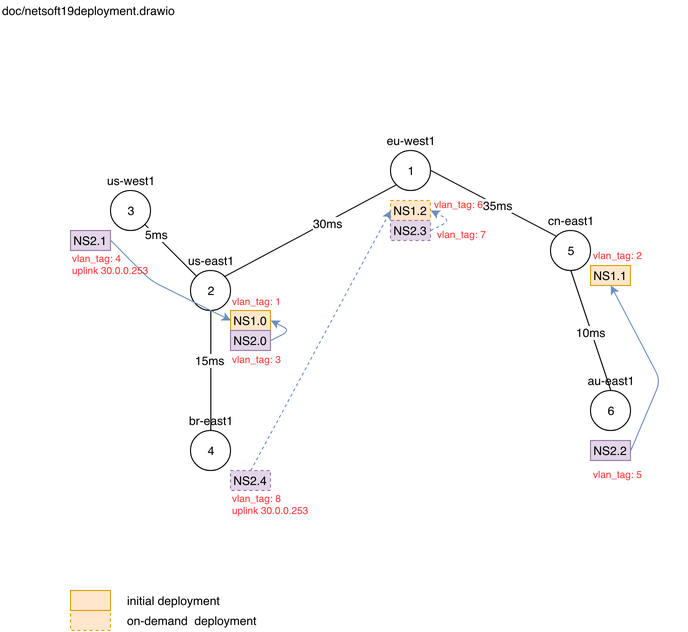
The draw.io diagram doc/netsoft19deployment.png in sonata-nfv/tng-industrial-pilot, before a commit. Source tidied: cells renumbered, new cells last; positions are measured from the earlier drawing's top-left corner, leaving out a move shared by most shapes. Source of this version:
```xml
<mxGraphModel>
  <root>
    <mxCell id="0" />
    <mxCell id="1" parent="0" />
    <mxCell id="2" value="1" style="ellipse;whiteSpace=wrap;html=1;" parent="1" vertex="1">
      <mxGeometry x="390" y="150" width="40" height="40" as="geometry" />
    </mxCell>
    <mxCell id="3" value="2" style="ellipse;whiteSpace=wrap;html=1;" parent="1" vertex="1">
      <mxGeometry x="190" y="270" width="40" height="40" as="geometry" />
    </mxCell>
    <mxCell id="4" value="3" style="ellipse;whiteSpace=wrap;html=1;" parent="1" vertex="1">
      <mxGeometry x="110" y="190" width="40" height="40" as="geometry" />
    </mxCell>
    <mxCell id="5" value="4" style="ellipse;whiteSpace=wrap;html=1;" parent="1" vertex="1">
      <mxGeometry x="190" y="430" width="40" height="40" as="geometry" />
    </mxCell>
    <mxCell id="6" value="doc/netsoft19deployment.drawio" style="text;html=1;strokeColor=none;fillColor=none;align=left;verticalAlign=middle;whiteSpace=wrap;rounded=0;" parent="1" vertex="1">
      <mxGeometry width="240" height="20" as="geometry" />
    </mxCell>
    <mxCell id="7" value="5" style="ellipse;whiteSpace=wrap;html=1;" parent="1" vertex="1">
      <mxGeometry x="550" y="230" width="40" height="40" as="geometry" />
    </mxCell>
    <mxCell id="8" value="6" style="ellipse;whiteSpace=wrap;html=1;" parent="1" vertex="1">
      <mxGeometry x="590" y="390" width="40" height="40" as="geometry" />
    </mxCell>
    <mxCell id="9" value="eu-west1" style="text;html=1;strokeColor=none;fillColor=none;align=center;verticalAlign=middle;whiteSpace=wrap;rounded=0;" parent="1" vertex="1">
      <mxGeometry x="365" y="130" width="90" height="20" as="geometry" />
    </mxCell>
    <mxCell id="10" value="cn-east1" style="text;html=1;strokeColor=none;fillColor=none;align=center;verticalAlign=middle;whiteSpace=wrap;rounded=0;" parent="1" vertex="1">
      <mxGeometry x="525" y="210" width="90" height="20" as="geometry" />
    </mxCell>
    <mxCell id="11" value="au-east1" style="text;html=1;strokeColor=none;fillColor=none;align=center;verticalAlign=middle;whiteSpace=wrap;rounded=0;" parent="1" vertex="1">
      <mxGeometry x="565" y="370" width="90" height="20" as="geometry" />
    </mxCell>
    <mxCell id="12" value="us-east1" style="text;html=1;strokeColor=none;fillColor=none;align=center;verticalAlign=middle;whiteSpace=wrap;rounded=0;" parent="1" vertex="1">
      <mxGeometry x="165" y="250" width="90" height="20" as="geometry" />
    </mxCell>
    <mxCell id="13" value="us-west1" style="text;html=1;strokeColor=none;fillColor=none;align=center;verticalAlign=middle;whiteSpace=wrap;rounded=0;" parent="1" vertex="1">
      <mxGeometry x="85" y="170" width="90" height="20" as="geometry" />
    </mxCell>
    <mxCell id="14" value="br-east1" style="text;html=1;strokeColor=none;fillColor=none;align=center;verticalAlign=middle;whiteSpace=wrap;rounded=0;" parent="1" vertex="1">
      <mxGeometry x="165" y="410" width="90" height="20" as="geometry" />
    </mxCell>
    <mxCell id="15" style="endArrow=none;html=1;entryX=0.5;entryY=1;entryDx=0;entryDy=0;exitX=0.5;exitY=1;exitDx=0;exitDy=0;" parent="1" edge="1" source="3" target="14">
      <mxGeometry relative="1" as="geometry" />
    </mxCell>
    <mxCell id="16" value="15ms" style="text;html=1;align=center;verticalAlign=middle;labelBackgroundColor=#ffffff;" parent="15" vertex="1">
      <mxGeometry x="-0.18" y="-1" relative="1" as="geometry" />
    </mxCell>
    <mxCell id="17" style="endArrow=none;html=1;entryX=0;entryY=1;entryDx=0;entryDy=0;exitX=1;exitY=0;exitDx=0;exitDy=0;" parent="1" edge="1" source="3" target="2">
      <mxGeometry relative="1" as="geometry" />
    </mxCell>
    <mxCell id="18" value="30ms" style="text;html=1;align=center;verticalAlign=middle;labelBackgroundColor=#ffffff;" parent="17" vertex="1">
      <mxGeometry x="0.19" y="-1" relative="1" as="geometry" />
    </mxCell>
    <mxCell id="19" style="endArrow=none;html=1;entryX=0;entryY=0;entryDx=0;entryDy=0;exitX=1;exitY=0.5;exitDx=0;exitDy=0;" parent="1" edge="1" source="2" target="7">
      <mxGeometry relative="1" as="geometry" />
    </mxCell>
    <mxCell id="20" value="35ms" style="text;html=1;align=center;verticalAlign=middle;labelBackgroundColor=#ffffff;" parent="19" vertex="1">
      <mxGeometry x="0.06" relative="1" as="geometry" />
    </mxCell>
    <mxCell id="21" style="endArrow=none;html=1;entryX=0;entryY=0;entryDx=0;entryDy=0;exitX=1;exitY=1;exitDx=0;exitDy=0;" parent="1" edge="1" source="4" target="3">
      <mxGeometry relative="1" as="geometry" />
    </mxCell>
    <mxCell id="22" value="5ms" style="text;html=1;align=center;verticalAlign=middle;labelBackgroundColor=#ffffff;" parent="21" vertex="1">
      <mxGeometry x="-0.6" y="1" relative="1" as="geometry" />
    </mxCell>
    <mxCell id="23" style="endArrow=none;html=1;entryX=0.5;entryY=1;entryDx=0;entryDy=0;exitX=0.5;exitY=1;exitDx=0;exitDy=0;" parent="1" edge="1" source="7" target="11">
      <mxGeometry relative="1" as="geometry" />
    </mxCell>
    <mxCell id="24" value="10ms" style="text;html=1;align=center;verticalAlign=middle;labelBackgroundColor=#ffffff;" parent="23" vertex="1">
      <mxGeometry x="0.03" y="-1" relative="1" as="geometry" />
    </mxCell>
    <mxCell id="25" value="NS1.0" style="rounded=0;whiteSpace=wrap;html=1;align=center;fillColor=#ffe6cc;strokeColor=#d79b00;" parent="1" vertex="1">
      <mxGeometry x="230" y="310" width="40" height="20" as="geometry" />
    </mxCell>
    <mxCell id="26" value="NS1.1" style="rounded=0;whiteSpace=wrap;html=1;align=center;fillColor=#ffe6cc;strokeColor=#d79b00;" parent="1" vertex="1">
      <mxGeometry x="590" y="265" width="40" height="20" as="geometry" />
    </mxCell>
    <mxCell id="27" value="NS1.2" style="rounded=0;whiteSpace=wrap;html=1;align=center;fillColor=#ffe6cc;strokeColor=#d79b00;dashed=1;" parent="1" vertex="1">
      <mxGeometry x="390" y="200" width="40" height="20" as="geometry" />
    </mxCell>
    <mxCell id="28" value="NS2.0" style="rounded=0;whiteSpace=wrap;html=1;align=center;fillColor=#e1d5e7;strokeColor=#9673a6;" parent="1" vertex="1">
      <mxGeometry x="230" y="330" width="40" height="20" as="geometry" />
    </mxCell>
    <mxCell id="29" value="NS2.1" style="rounded=0;whiteSpace=wrap;html=1;align=center;fillColor=#e1d5e7;strokeColor=#9673a6;" parent="1" vertex="1">
      <mxGeometry x="70" y="230" width="40" height="20" as="geometry" />
    </mxCell>
    <mxCell id="30" value="NS2.2" style="rounded=0;whiteSpace=wrap;html=1;align=center;fillColor=#e1d5e7;strokeColor=#9673a6;" parent="1" vertex="1">
      <mxGeometry x="590" y="440" width="40" height="20" as="geometry" />
    </mxCell>
    <mxCell id="31" value="NS2.3" style="rounded=0;whiteSpace=wrap;html=1;align=center;fillColor=#e1d5e7;strokeColor=#9673a6;dashed=1;" parent="1" vertex="1">
      <mxGeometry x="390" y="220" width="40" height="20" as="geometry" />
    </mxCell>
    <mxCell id="32" value="NS2.4" style="rounded=0;whiteSpace=wrap;html=1;align=center;fillColor=#e1d5e7;strokeColor=#9673a6;dashed=1;" parent="1" vertex="1">
      <mxGeometry x="230" y="470" width="40" height="20" as="geometry" />
    </mxCell>
    <mxCell id="33" style="rounded=0;whiteSpace=wrap;html=1;align=center;fillColor=#ffe6cc;strokeColor=#d79b00;dashed=1;" parent="1" vertex="1">
      <mxGeometry x="70" y="610" width="40" height="20" as="geometry" />
    </mxCell>
    <mxCell id="34" style="rounded=0;whiteSpace=wrap;html=1;align=center;fillColor=#ffe6cc;strokeColor=#d79b00;" parent="1" vertex="1">
      <mxGeometry x="70" y="590" width="40" height="20" as="geometry" />
    </mxCell>
    <mxCell id="35" value="initial deployment" style="text;html=1;strokeColor=none;fillColor=none;align=left;verticalAlign=middle;whiteSpace=wrap;rounded=0;" parent="1" vertex="1">
      <mxGeometry x="125" y="590" width="115" height="20" as="geometry" />
    </mxCell>
    <mxCell id="36" value="on-demand&amp;nbsp; deployment" style="text;html=1;strokeColor=none;fillColor=none;align=left;verticalAlign=middle;whiteSpace=wrap;rounded=0;" parent="1" vertex="1">
      <mxGeometry x="125" y="610" width="165" height="20" as="geometry" />
    </mxCell>
    <mxCell id="37" style="endArrow=classic;html=1;fontColor=#7EA6E0;fillColor=#dae8fc;strokeColor=#6c8ebf;entryX=1;entryY=0.5;entryDx=0;entryDy=0;exitX=1;exitY=0.5;exitDx=0;exitDy=0;" parent="1" edge="1" source="28" target="25">
      <mxGeometry relative="1" as="geometry">
        <Array as="points">
          <mxPoint x="290" y="330" />
        </Array>
      </mxGeometry>
    </mxCell>
    <mxCell id="38" style="endArrow=classic;html=1;fontColor=#7EA6E0;fillColor=#dae8fc;strokeColor=#6c8ebf;entryX=0;entryY=0.5;entryDx=0;entryDy=0;exitX=1;exitY=0.5;exitDx=0;exitDy=0;" parent="1" edge="1" source="29" target="25">
      <mxGeometry relative="1" as="geometry">
        <Array as="points">
          <mxPoint x="150" y="280" />
        </Array>
      </mxGeometry>
    </mxCell>
    <mxCell id="39" style="endArrow=classic;html=1;fontColor=#7EA6E0;fillColor=#dae8fc;strokeColor=#6c8ebf;entryX=0;entryY=0.5;entryDx=0;entryDy=0;exitX=0.5;exitY=0;exitDx=0;exitDy=0;dashed=1;" parent="1" edge="1" source="32" target="27">
      <mxGeometry relative="1" as="geometry" />
    </mxCell>
    <mxCell id="40" style="endArrow=classic;html=1;fontColor=#7EA6E0;fillColor=#dae8fc;strokeColor=#6c8ebf;entryX=1;entryY=0.5;entryDx=0;entryDy=0;exitX=1;exitY=0.5;exitDx=0;exitDy=0;dashed=1;" parent="1" edge="1" source="31" target="27">
      <mxGeometry relative="1" as="geometry">
        <Array as="points">
          <mxPoint x="450" y="220" />
        </Array>
      </mxGeometry>
    </mxCell>
    <mxCell id="41" style="endArrow=classic;html=1;fontColor=#7EA6E0;fillColor=#dae8fc;strokeColor=#6c8ebf;entryX=0.5;entryY=1;entryDx=0;entryDy=0;exitX=1;exitY=0.5;exitDx=0;exitDy=0;" parent="1" edge="1" source="30" target="26">
      <mxGeometry relative="1" as="geometry">
        <Array as="points">
          <mxPoint x="660" y="380" />
        </Array>
      </mxGeometry>
    </mxCell>
    <mxCell id="42" value="&lt;div style=&quot;text-align: left&quot;&gt;&lt;span&gt;vlan_tag: 4&lt;/span&gt;&lt;/div&gt;uplink 30.0.0.253" style="text;html=1;strokeColor=none;fillColor=none;align=left;verticalAlign=middle;whiteSpace=wrap;rounded=0;fontColor=#FF3333;fontSize=10;" parent="1" vertex="1">
      <mxGeometry x="70" y="250" width="95" height="25" as="geometry" />
    </mxCell>
    <mxCell id="43" value="&lt;div style=&quot;text-align: left&quot;&gt;&lt;span&gt;vlan_tag: 8&lt;/span&gt;&lt;/div&gt;uplink 30.0.0.253" style="text;html=1;strokeColor=none;fillColor=none;align=left;verticalAlign=middle;whiteSpace=wrap;rounded=0;fontColor=#FF3333;fontSize=10;" parent="1" vertex="1">
      <mxGeometry x="230" y="490" width="95" height="25" as="geometry" />
    </mxCell>
    <mxCell id="44" value="&lt;div style=&quot;text-align: left&quot;&gt;&lt;span&gt;vlan_tag: 6&lt;/span&gt;&lt;/div&gt;" style="text;html=1;strokeColor=none;fillColor=none;align=left;verticalAlign=middle;whiteSpace=wrap;rounded=0;fontColor=#FF3333;fontSize=10;" parent="1" vertex="1">
      <mxGeometry x="432" y="190" width="95" height="25" as="geometry" />
    </mxCell>
    <mxCell id="45" value="&lt;div style=&quot;text-align: left&quot;&gt;&lt;span&gt;vlan_tag: 7&lt;/span&gt;&lt;/div&gt;" style="text;html=1;strokeColor=none;fillColor=none;align=left;verticalAlign=middle;whiteSpace=wrap;rounded=0;fontColor=#FF3333;fontSize=10;" parent="1" vertex="1">
      <mxGeometry x="435" y="220" width="95" height="25" as="geometry" />
    </mxCell>
    <mxCell id="46" value="&lt;div style=&quot;text-align: left&quot;&gt;&lt;span&gt;vlan_tag: 1&lt;/span&gt;&lt;/div&gt;" style="text;html=1;strokeColor=none;fillColor=none;align=left;verticalAlign=middle;whiteSpace=wrap;rounded=0;fontColor=#FF3333;fontSize=10;" parent="1" vertex="1">
      <mxGeometry x="230" y="287.5" width="95" height="25" as="geometry" />
    </mxCell>
    <mxCell id="47" value="&lt;div style=&quot;text-align: left&quot;&gt;&lt;span&gt;vlan_tag: 3&lt;/span&gt;&lt;/div&gt;" style="text;html=1;strokeColor=none;fillColor=none;align=left;verticalAlign=middle;whiteSpace=wrap;rounded=0;fontColor=#FF3333;fontSize=10;" parent="1" vertex="1">
      <mxGeometry x="230" y="345" width="95" height="25" as="geometry" />
    </mxCell>
    <mxCell id="48" value="&lt;div style=&quot;text-align: left&quot;&gt;&lt;span&gt;vlan_tag: 2&lt;/span&gt;&lt;/div&gt;" style="text;html=1;strokeColor=none;fillColor=none;align=left;verticalAlign=middle;whiteSpace=wrap;rounded=0;fontColor=#FF3333;fontSize=10;" parent="1" vertex="1">
      <mxGeometry x="591" y="241" width="95" height="25" as="geometry" />
    </mxCell>
    <mxCell id="49" value="&lt;div style=&quot;text-align: left&quot;&gt;&lt;span&gt;vlan_tag: 5&lt;/span&gt;&lt;/div&gt;" style="text;html=1;strokeColor=none;fillColor=none;align=left;verticalAlign=middle;whiteSpace=wrap;rounded=0;fontColor=#FF3333;fontSize=10;" parent="1" vertex="1">
      <mxGeometry x="591" y="460" width="95" height="25" as="geometry" />
    </mxCell>
  </root>
</mxGraphModel>
```
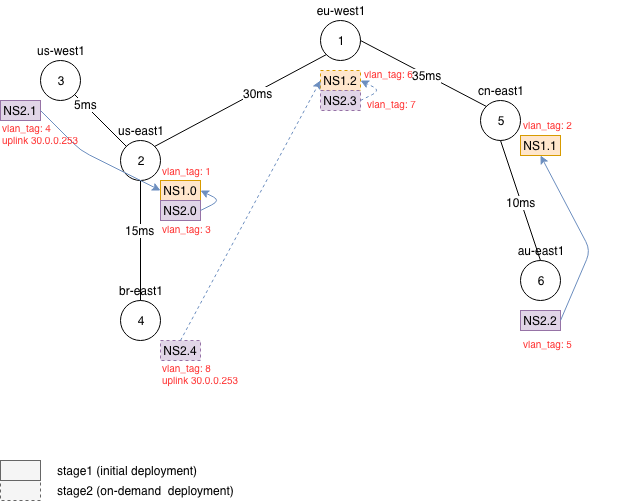
After the change.

Diff of the diagram source:
```diff
@@ -14,9 +14,6 @@
     <mxCell id="5" value="4" style="ellipse;whiteSpace=wrap;html=1;" parent="1" vertex="1">
       <mxGeometry x="190" y="430" width="40" height="40" as="geometry" />
     </mxCell>
-    <mxCell id="6" value="doc/netsoft19deployment.drawio" style="text;html=1;strokeColor=none;fillColor=none;align=left;verticalAlign=middle;whiteSpace=wrap;rounded=0;" parent="1" vertex="1">
-      <mxGeometry width="240" height="20" as="geometry" />
-    </mxCell>
     <mxCell id="7" value="5" style="ellipse;whiteSpace=wrap;html=1;" parent="1" vertex="1">
       <mxGeometry x="550" y="230" width="40" height="40" as="geometry" />
     </mxCell>
@@ -95,18 +92,18 @@
     <mxCell id="32" value="NS2.4" style="rounded=0;whiteSpace=wrap;html=1;align=center;fillColor=#e1d5e7;strokeColor=#9673a6;dashed=1;" parent="1" vertex="1">
       <mxGeometry x="230" y="470" width="40" height="20" as="geometry" />
     </mxCell>
-    <mxCell id="33" style="rounded=0;whiteSpace=wrap;html=1;align=center;fillColor=#ffe6cc;strokeColor=#d79b00;dashed=1;" parent="1" vertex="1">
-      <mxGeometry x="70" y="610" width="40" height="20" as="geometry" />
-    </mxCell>
-    <mxCell id="34" style="rounded=0;whiteSpace=wrap;html=1;align=center;fillColor=#ffe6cc;strokeColor=#d79b00;" parent="1" vertex="1">
-      <mxGeometry x="70" y="590" width="40" height="20" as="geometry" />
-    </mxCell>
-    <mxCell id="35" value="initial deployment" style="text;html=1;strokeColor=none;fillColor=none;align=left;verticalAlign=middle;whiteSpace=wrap;rounded=0;" parent="1" vertex="1">
-      <mxGeometry x="125" y="590" width="115" height="20" as="geometry" />
-    </mxCell>
-    <mxCell id="36" value="on-demand&amp;nbsp; deployment" style="text;html=1;strokeColor=none;fillColor=none;align=left;verticalAlign=middle;whiteSpace=wrap;rounded=0;" parent="1" vertex="1">
-      <mxGeometry x="125" y="610" width="165" height="20" as="geometry" />
-    </mxCell>
+    <mxCell id="50" style="rounded=0;whiteSpace=wrap;html=1;align=center;fillColor=#f5f5f5;strokeColor=#666666;dashed=1;fontColor=#333333;" parent="1" vertex="1">
+      <mxGeometry x="70" y="610" width="40" height="20" as="geometry" />
+    </mxCell>
+    <mxCell id="51" style="rounded=0;whiteSpace=wrap;html=1;align=center;fillColor=#f5f5f5;strokeColor=#666666;fontColor=#333333;" parent="1" vertex="1">
+      <mxGeometry x="70" y="590" width="40" height="20" as="geometry" />
+    </mxCell>
+    <mxCell id="52" value="stage1 (initial deployment)" style="text;html=1;strokeColor=none;fillColor=none;align=left;verticalAlign=middle;whiteSpace=wrap;rounded=0;" parent="1" vertex="1">
+      <mxGeometry x="125" y="590" width="195" height="20" as="geometry" />
+    </mxCell>
+    <mxCell id="53" value="stage2 (on-demand&amp;nbsp; deployment)" style="text;html=1;strokeColor=none;fillColor=none;align=left;verticalAlign=middle;whiteSpace=wrap;rounded=0;" parent="1" vertex="1">
+      <mxGeometry x="125" y="610" width="225" height="20" as="geometry" />
+    </mxCell>
     <mxCell id="37" style="endArrow=classic;html=1;fontColor=#7EA6E0;fillColor=#dae8fc;strokeColor=#6c8ebf;entryX=1;entryY=0.5;entryDx=0;entryDy=0;exitX=1;exitY=0.5;exitDx=0;exitDy=0;" parent="1" edge="1" source="28" target="25">
       <mxGeometry relative="1" as="geometry">
         <Array as="points">
```
